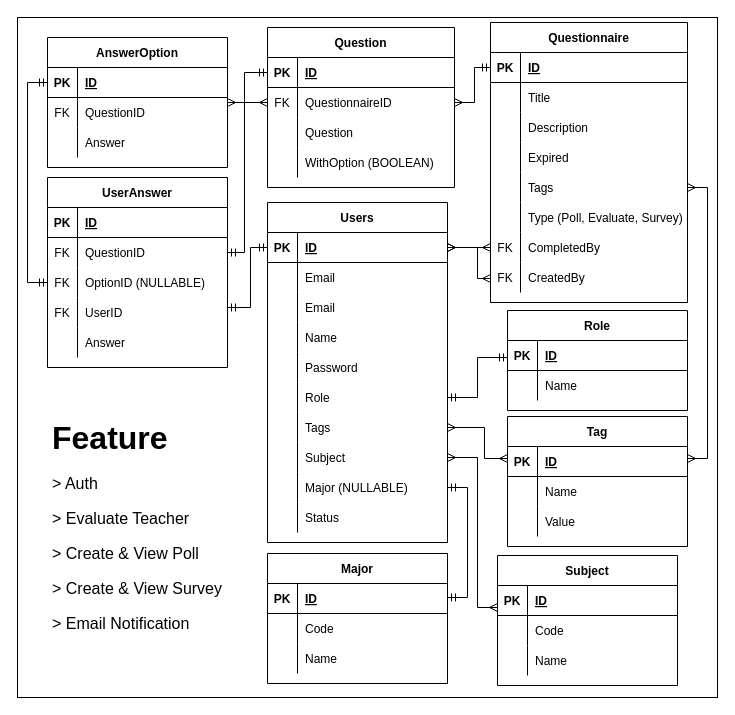
Before: docs/system-requirements/question-board.drawio in syarifs/go-question-board, a draw.io diagram. Source tidied: cells renumbered, new cells numbered last; positions are measured from the earlier drawing's top-left corner, leaving out a move shared by most shapes. Both pictures are drawn from the tidied source at 100%, with x=0, y=0 at pixel (17, 17).
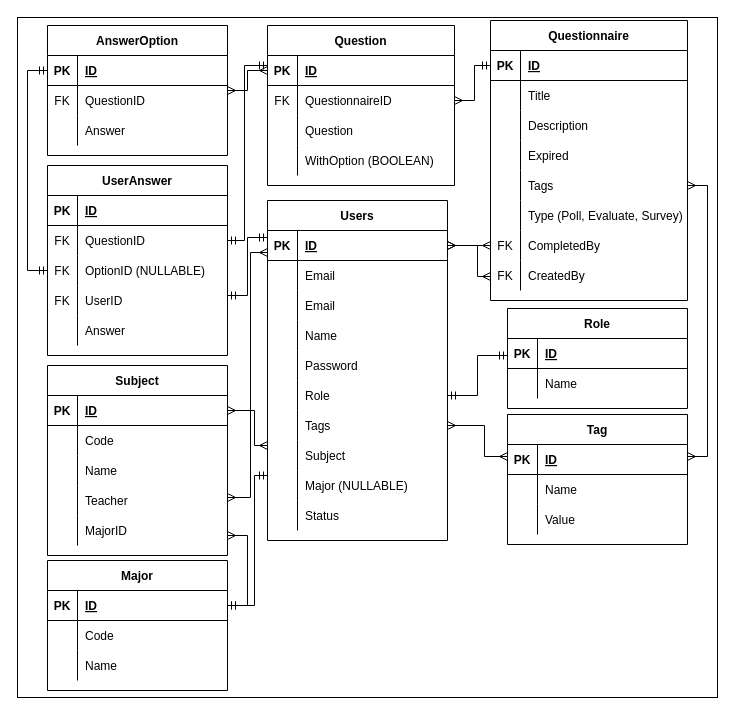
After the change.

The change refers to these unchanged cells:
```xml
<mxCell id="4" style="shape=tableRow;horizontal=0;startSize=0;swimlaneHead=0;swimlaneBody=0;fillColor=none;points=[[0,0.5],[1,0.5]];portConstraint=eastwest;top=0;left=0;right=0;bottom=1;" parent="3" vertex="1">
  <mxGeometry y="30" width="180" height="30" as="geometry" />
</mxCell>
<mxCell id="19" style="shape=tableRow;horizontal=0;startSize=0;swimlaneHead=0;swimlaneBody=0;fillColor=none;points=[[0,0.5],[1,0.5]];portConstraint=eastwest;top=0;left=0;right=0;bottom=0;" parent="3" vertex="1">
  <mxGeometry y="180" width="180" height="30" as="geometry" />
</mxCell>
<mxCell id="22" style="shape=tableRow;horizontal=0;startSize=0;swimlaneHead=0;swimlaneBody=0;fillColor=none;points=[[0,0.5],[1,0.5]];portConstraint=eastwest;top=0;left=0;right=0;bottom=0;" parent="3" vertex="1">
  <mxGeometry y="210" width="180" height="30" as="geometry" />
</mxCell>
<mxCell id="25" style="shape=tableRow;horizontal=0;startSize=0;swimlaneHead=0;swimlaneBody=0;fillColor=none;points=[[0,0.5],[1,0.5]];portConstraint=eastwest;top=0;left=0;right=0;bottom=0;" parent="3" vertex="1">
  <mxGeometry y="240" width="180" height="30" as="geometry" />
</mxCell>
<mxCell id="28" style="shape=tableRow;horizontal=0;startSize=0;swimlaneHead=0;swimlaneBody=0;fillColor=none;points=[[0,0.5],[1,0.5]];portConstraint=eastwest;top=0;left=0;right=0;bottom=0;" parent="3" vertex="1">
  <mxGeometry y="270" width="180" height="30" as="geometry" />
</mxCell>
<mxCell id="35" style="shape=tableRow;horizontal=0;startSize=0;swimlaneHead=0;swimlaneBody=0;fillColor=none;points=[[0,0.5],[1,0.5]];portConstraint=eastwest;top=0;left=0;right=0;bottom=1;" parent="34" vertex="1">
  <mxGeometry y="30" width="180" height="30" as="geometry" />
</mxCell>
<mxCell id="45" style="shape=tableRow;horizontal=0;startSize=0;swimlaneHead=0;swimlaneBody=0;fillColor=none;points=[[0,0.5],[1,0.5]];portConstraint=eastwest;top=0;left=0;right=0;bottom=1;" parent="44" vertex="1">
  <mxGeometry y="30" width="180" height="30" as="geometry" />
</mxCell>
<mxCell id="53" style="shape=tableRow;horizontal=0;startSize=0;swimlaneHead=0;swimlaneBody=0;fillColor=none;points=[[0,0.5],[1,0.5]];portConstraint=eastwest;top=0;left=0;right=0;bottom=1;" parent="52" vertex="1">
  <mxGeometry y="30" width="180" height="30" as="geometry" />
</mxCell>
<mxCell id="63" style="shape=tableRow;horizontal=0;startSize=0;swimlaneHead=0;swimlaneBody=0;fillColor=none;points=[[0,0.5],[1,0.5]];portConstraint=eastwest;top=0;left=0;right=0;bottom=1;" parent="62" vertex="1">
  <mxGeometry y="30" width="180" height="30" as="geometry" />
</mxCell>
<mxCell id="89" style="shape=tableRow;horizontal=0;startSize=0;swimlaneHead=0;swimlaneBody=0;fillColor=none;points=[[0,0.5],[1,0.5]];portConstraint=eastwest;top=0;left=0;right=0;bottom=0;" parent="76" vertex="1">
  <mxGeometry y="150" width="197" height="30" as="geometry" />
</mxCell>
<mxCell id="98" style="shape=tableRow;horizontal=0;startSize=0;swimlaneHead=0;swimlaneBody=0;fillColor=none;points=[[0,0.5],[1,0.5]];portConstraint=eastwest;top=0;left=0;right=0;bottom=0;" parent="76" vertex="1">
  <mxGeometry y="240" width="197" height="30" as="geometry" />
</mxCell>
<mxCell id="102" style="shape=tableRow;horizontal=0;startSize=0;swimlaneHead=0;swimlaneBody=0;fillColor=none;points=[[0,0.5],[1,0.5]];portConstraint=eastwest;top=0;left=0;right=0;bottom=1;" parent="101" vertex="1">
  <mxGeometry y="30" width="187" height="30" as="geometry" />
</mxCell>
<mxCell id="105" style="shape=tableRow;horizontal=0;startSize=0;swimlaneHead=0;swimlaneBody=0;fillColor=none;points=[[0,0.5],[1,0.5]];portConstraint=eastwest;top=0;left=0;right=0;bottom=0;" parent="101" vertex="1">
  <mxGeometry y="60" width="187" height="30" as="geometry" />
</mxCell>
<mxCell id="116" style="shape=tableRow;horizontal=0;startSize=0;swimlaneHead=0;swimlaneBody=0;fillColor=none;points=[[0,0.5],[1,0.5]];portConstraint=eastwest;top=0;left=0;right=0;bottom=1;" parent="115" vertex="1">
  <mxGeometry y="30" width="180" height="30" as="geometry" />
</mxCell>
<mxCell id="133" style="shape=tableRow;horizontal=0;startSize=0;swimlaneHead=0;swimlaneBody=0;fillColor=none;points=[[0,0.5],[1,0.5]];portConstraint=eastwest;top=0;left=0;right=0;bottom=0;" parent="129" vertex="1">
  <mxGeometry y="60" width="180" height="30" as="geometry" />
</mxCell>
<mxCell id="136" style="shape=tableRow;horizontal=0;startSize=0;swimlaneHead=0;swimlaneBody=0;fillColor=none;points=[[0,0.5],[1,0.5]];portConstraint=eastwest;top=0;left=0;right=0;bottom=0;" parent="129" vertex="1">
  <mxGeometry y="90" width="180" height="30" as="geometry" />
</mxCell>
<mxCell id="139" style="shape=tableRow;horizontal=0;startSize=0;swimlaneHead=0;swimlaneBody=0;fillColor=none;points=[[0,0.5],[1,0.5]];portConstraint=eastwest;top=0;left=0;right=0;bottom=0;" parent="129" vertex="1">
  <mxGeometry y="120" width="180" height="30" as="geometry" />
</mxCell>
```

Change to the diagram source:
```diff
@@
     <mxCell id="3" value="Users" style="shape=table;startSize=30;childLayout=tableLayout;rowLines=0;fontStyle=1;align=center;" parent="1" vertex="1">
-      <mxGeometry x="250" y="185" width="180" height="340" as="geometry" />
+      <mxGeometry x="250" y="183" width="180" height="340" as="geometry" />
     </mxCell>
@@
     <mxCell id="34" value="Subject" style="shape=table;startSize=30;childLayout=tableLayout;rowLines=0;fontStyle=1;align=center;" parent="1" vertex="1">
-      <mxGeometry x="480" y="538" width="180" height="130" as="geometry" />
+      <mxGeometry x="30" y="348" width="180" height="190" as="geometry" />
     </mxCell>
@@
+    <mxCell id="148" style="shape=tableRow;horizontal=0;startSize=0;swimlaneHead=0;swimlaneBody=0;fillColor=none;points=[[0,0.5],[1,0.5]];portConstraint=eastwest;top=0;left=0;right=0;bottom=0;" parent="34" vertex="1">
+      <mxGeometry y="120" width="180" height="30" as="geometry" />
+    </mxCell>
+    <mxCell id="149" style="shape=partialRectangle;fillColor=none;top=0;left=0;bottom=0;right=0;overflow=hidden;" parent="148" vertex="1">
+      <mxGeometry width="30" height="30" as="geometry" />
+    </mxCell>
+    <mxCell id="150" value="Teacher" style="shape=partialRectangle;fillColor=none;top=0;left=0;bottom=0;right=0;align=left;spacingLeft=6;overflow=hidden;" parent="148" vertex="1">
+      <mxGeometry x="30" width="150" height="30" as="geometry" />
+    </mxCell>
+    <mxCell id="151" style="shape=tableRow;horizontal=0;startSize=0;swimlaneHead=0;swimlaneBody=0;fillColor=none;points=[[0,0.5],[1,0.5]];portConstraint=eastwest;top=0;left=0;right=0;bottom=0;" parent="34" vertex="1">
+      <mxGeometry y="150" width="180" height="30" as="geometry" />
+    </mxCell>
+    <mxCell id="152" style="shape=partialRectangle;fillColor=none;top=0;left=0;bottom=0;right=0;overflow=hidden;" parent="151" vertex="1">
+      <mxGeometry width="30" height="30" as="geometry" />
+    </mxCell>
+    <mxCell id="153" value="MajorID" style="shape=partialRectangle;fillColor=none;top=0;left=0;bottom=0;right=0;align=left;spacingLeft=6;overflow=hidden;" parent="151" vertex="1">
+      <mxGeometry x="30" width="150" height="30" as="geometry" />
+    </mxCell>
     <mxCell id="44" value="Role" style="shape=table;startSize=30;childLayout=tableLayout;rowLines=0;fontStyle=1;align=center;" parent="1" vertex="1">
-      <mxGeometry x="490" y="293" width="180" height="100" as="geometry" />
+      <mxGeometry x="490" y="291" width="180" height="100" as="geometry" />
     </mxCell>
@@
     <mxCell id="51" style="edgeStyle=orthogonalEdgeStyle;rounded=0;jettySize=auto;html=1;startArrow=ERmandOne;startFill=0;endArrow=ERmandOne;endFill=0;" parent="1" edge="1" source="19" target="45">
       <mxGeometry relative="1" as="geometry">
         <Array as="points">
-          <mxPoint x="460" y="380" />
-          <mxPoint x="460" y="340" />
+          <mxPoint x="460" y="378" />
+          <mxPoint x="460" y="338" />
         </Array>
       </mxGeometry>
     </mxCell>
     <mxCell id="52" value="Tag" style="shape=table;startSize=30;childLayout=tableLayout;rowLines=0;fontStyle=1;align=center;" parent="1" vertex="1">
-      <mxGeometry x="490" y="399" width="180" height="130" as="geometry" />
+      <mxGeometry x="490" y="397" width="180" height="130" as="geometry" />
     </mxCell>
@@
     <mxCell id="62" value="Major" style="shape=table;startSize=30;childLayout=tableLayout;rowLines=0;fontStyle=1;align=center;" parent="1" vertex="1">
-      <mxGeometry x="250" y="536" width="180" height="130" as="geometry" />
+      <mxGeometry x="30" y="543" width="180" height="130" as="geometry" />
     </mxCell>
@@
-    <mxCell id="72" value="&lt;h1&gt;&lt;font style=&quot;font-size: 32px&quot;&gt;Feature&lt;/font&gt;&lt;/h1&gt;&lt;div style=&quot;font-size: 16px&quot;&gt;&lt;font style=&quot;font-size: 16px&quot;&gt;&amp;gt; Auth&lt;/font&gt;&lt;/div&gt;&lt;p style=&quot;font-size: 16px&quot;&gt;&lt;font style=&quot;font-size: 16px&quot;&gt;&amp;gt; Evaluate Teacher&lt;br&gt;&lt;/font&gt;&lt;/p&gt;&lt;p style=&quot;font-size: 16px&quot;&gt;&lt;font style=&quot;font-size: 16px&quot;&gt;&amp;gt; Create &amp;amp; View Poll&lt;/font&gt;&lt;/p&gt;&lt;p style=&quot;font-size: 16px&quot;&gt;&lt;font style=&quot;font-size: 16px&quot;&gt;&amp;gt; Create &amp;amp; View Survey&lt;/font&gt;&lt;/p&gt;&lt;p style=&quot;font-size: 16px&quot;&gt;&lt;font style=&quot;font-size: 16px&quot;&gt;&amp;gt; Email Notification&lt;/font&gt;&lt;/p&gt;&lt;p style=&quot;font-size: 16px&quot;&gt;&lt;br&gt;&lt;/p&gt;" style="text;html=1;strokeColor=none;fillColor=none;spacing=5;spacingTop=-20;whiteSpace=wrap;overflow=hidden;rounded=0;" parent="1" vertex="1">
-      <mxGeometry x="30" y="396" width="193" height="224" as="geometry" />
-    </mxCell>
     <mxCell id="73" style="edgeStyle=orthogonalEdgeStyle;rounded=0;jettySize=auto;html=1;endArrow=ERmany;endFill=0;startArrow=ERmany;startFill=0;" parent="1" edge="1" source="22" target="53">
       <mxGeometry relative="1" as="geometry">
         <Array as="points">
-          <mxPoint x="467" y="410" />
-          <mxPoint x="467" y="441" />
+          <mxPoint x="467" y="408" />
+          <mxPoint x="467" y="439" />
         </Array>
       </mxGeometry>
     </mxCell>
-    <mxCell id="74" style="edgeStyle=orthogonalEdgeStyle;rounded=0;jettySize=auto;html=1;startArrow=ERmany;startFill=0;endArrow=ERmany;endFill=0;" parent="1" edge="1" source="25" target="35">
+    <mxCell id="74" style="edgeStyle=orthogonalEdgeStyle;rounded=0;jettySize=auto;html=1;startArrow=ERmany;startFill=0;endArrow=ERmany;endFill=0;" parent="1" edge="1" target="35">
       <mxGeometry relative="1" as="geometry">
+        <mxPoint x="250" y="428" as="sourcePoint" />
         <Array as="points">
-          <mxPoint x="460" y="440" />
-          <mxPoint x="460" y="590" />
+          <mxPoint x="237" y="428" />
+          <mxPoint x="237" y="393" />
         </Array>
       </mxGeometry>
     </mxCell>
-    <mxCell id="75" style="edgeStyle=orthogonalEdgeStyle;rounded=0;jettySize=auto;html=1;startArrow=ERmandOne;startFill=0;endArrow=ERmandOne;endFill=0;" parent="1" edge="1" source="28" target="63">
+    <mxCell id="75" style="edgeStyle=orthogonalEdgeStyle;rounded=0;jettySize=auto;html=1;startArrow=ERmandOne;startFill=0;endArrow=ERmandOne;endFill=0;" parent="1" edge="1" target="63">
       <mxGeometry relative="1" as="geometry">
+        <mxPoint x="250" y="458" as="sourcePoint" />
         <Array as="points">
-          <mxPoint x="450" y="470" />
-          <mxPoint x="450" y="580" />
+          <mxPoint x="237" y="458" />
+          <mxPoint x="237" y="588" />
         </Array>
       </mxGeometry>
     </mxCell>
     <mxCell id="76" value="Questionnaire" style="shape=table;startSize=30;childLayout=tableLayout;rowLines=0;fontStyle=1;align=center;" parent="1" vertex="1">
-      <mxGeometry x="473" y="5" width="197" height="280" as="geometry" />
+      <mxGeometry x="473" y="3" width="197" height="280" as="geometry" />
     </mxCell>
@@
     <mxCell id="101" value="Question" style="shape=table;startSize=30;childLayout=tableLayout;rowLines=0;fontStyle=1;align=center;" parent="1" vertex="1">
-      <mxGeometry x="250" y="10" width="187" height="160" as="geometry" />
+      <mxGeometry x="250" y="8" width="187" height="160" as="geometry" />
     </mxCell>
@@
-    <mxCell id="114" style="edgeStyle=orthogonalEdgeStyle;rounded=0;jettySize=auto;html=1;startArrow=ERmany;startFill=0;endArrow=ERmany;endFill=0;" parent="1" edge="1" source="115" target="105">
+    <mxCell id="114" style="edgeStyle=orthogonalEdgeStyle;rounded=0;jettySize=auto;html=1;startArrow=ERmany;startFill=0;endArrow=ERmany;endFill=0;" parent="1" edge="1" source="115" target="102">
       <mxGeometry relative="1" as="geometry" />
     </mxCell>
     <mxCell id="115" value="AnswerOption" style="shape=table;startSize=30;childLayout=tableLayout;rowLines=0;fontStyle=1;align=center;" parent="1" vertex="1">
-      <mxGeometry x="30" y="20" width="180" height="130" as="geometry" />
+      <mxGeometry x="30" y="8" width="180" height="130" as="geometry" />
     </mxCell>
@@
     <mxCell id="125" style="edgeStyle=orthogonalEdgeStyle;rounded=0;jettySize=auto;html=1;startArrow=ERmany;startFill=0;endArrow=ERmany;endFill=0;exitX=1;exitY=0.5;exitDx=0;exitDy=0;" parent="1" edge="1" source="89" target="53">
       <mxGeometry relative="1" as="geometry">
         <Array as="points">
-          <mxPoint x="690" y="170" />
-          <mxPoint x="690" y="441" />
+          <mxPoint x="690" y="168" />
+          <mxPoint x="690" y="439" />
         </Array>
       </mxGeometry>
     </mxCell>
     <mxCell id="126" style="edgeStyle=orthogonalEdgeStyle;rounded=0;jettySize=auto;html=1;startArrow=ERmany;startFill=0;endArrow=ERmany;endFill=0;" parent="1" edge="1" source="98" target="4">
       <mxGeometry relative="1" as="geometry">
         <Array as="points">
-          <mxPoint x="460" y="261" />
-          <mxPoint x="460" y="230" />
+          <mxPoint x="460" y="259" />
+          <mxPoint x="460" y="228" />
         </Array>
       </mxGeometry>
     </mxCell>
@@
     <mxCell id="129" value="UserAnswer" style="shape=table;startSize=30;childLayout=tableLayout;rowLines=0;fontStyle=1;align=center;" parent="1" vertex="1">
-      <mxGeometry x="30" y="160" width="180" height="190" as="geometry" />
+      <mxGeometry x="30" y="148" width="180" height="190" as="geometry" />
     </mxCell>
@@
     <mxCell id="145" style="edgeStyle=orthogonalEdgeStyle;rounded=0;jettySize=auto;html=1;startArrow=ERmandOne;startFill=0;endArrow=ERmandOne;endFill=0;" parent="1" edge="1" source="139" target="4">
       <mxGeometry relative="1" as="geometry">
         <Array as="points">
-          <mxPoint x="233" y="290" />
-          <mxPoint x="233" y="230" />
+          <mxPoint x="230" y="278" />
+          <mxPoint x="230" y="220" />
         </Array>
       </mxGeometry>
     </mxCell>
     <mxCell id="146" style="edgeStyle=orthogonalEdgeStyle;rounded=0;jettySize=auto;html=1;startArrow=ERmandOne;startFill=0;endArrow=ERmandOne;endFill=0;" parent="1" edge="1" source="136" target="116">
       <mxGeometry relative="1" as="geometry">
         <Array as="points">
-          <mxPoint x="10" y="265" />
-          <mxPoint x="10" y="65" />
+          <mxPoint x="10" y="253" />
+          <mxPoint x="10" y="53" />
         </Array>
       </mxGeometry>
     </mxCell>
     <mxCell id="147" style="edgeStyle=orthogonalEdgeStyle;rounded=0;jettySize=auto;html=1;startArrow=ERmandOne;startFill=0;endArrow=ERmandOne;endFill=0;" parent="1" edge="1" source="133" target="102">
       <mxGeometry relative="1" as="geometry">
         <Array as="points">
-          <mxPoint x="227" y="235" />
-          <mxPoint x="227" y="55" />
+          <mxPoint x="227" y="223" />
+          <mxPoint x="227" y="48" />
         </Array>
       </mxGeometry>
     </mxCell>
+    <mxCell id="154" style="edgeStyle=orthogonalEdgeStyle;rounded=0;jettySize=auto;html=1;startArrow=ERmany;startFill=0;endArrow=ERmandOne;endFill=0;" parent="1" edge="1" source="151" target="63">
+      <mxGeometry relative="1" as="geometry">
+        <Array as="points">
+          <mxPoint x="230" y="518" />
+          <mxPoint x="230" y="588" />
+        </Array>
+      </mxGeometry>
+    </mxCell>
+    <mxCell id="155" style="edgeStyle=orthogonalEdgeStyle;rounded=0;jettySize=auto;html=1;endArrow=ERmany;endFill=0;startArrow=ERmany;startFill=0;" parent="1" edge="1" source="148" target="4">
+      <mxGeometry relative="1" as="geometry">
+        <Array as="points">
+          <mxPoint x="233" y="480" />
+          <mxPoint x="233" y="235" />
+        </Array>
+      </mxGeometry>
+    </mxCell>
```
